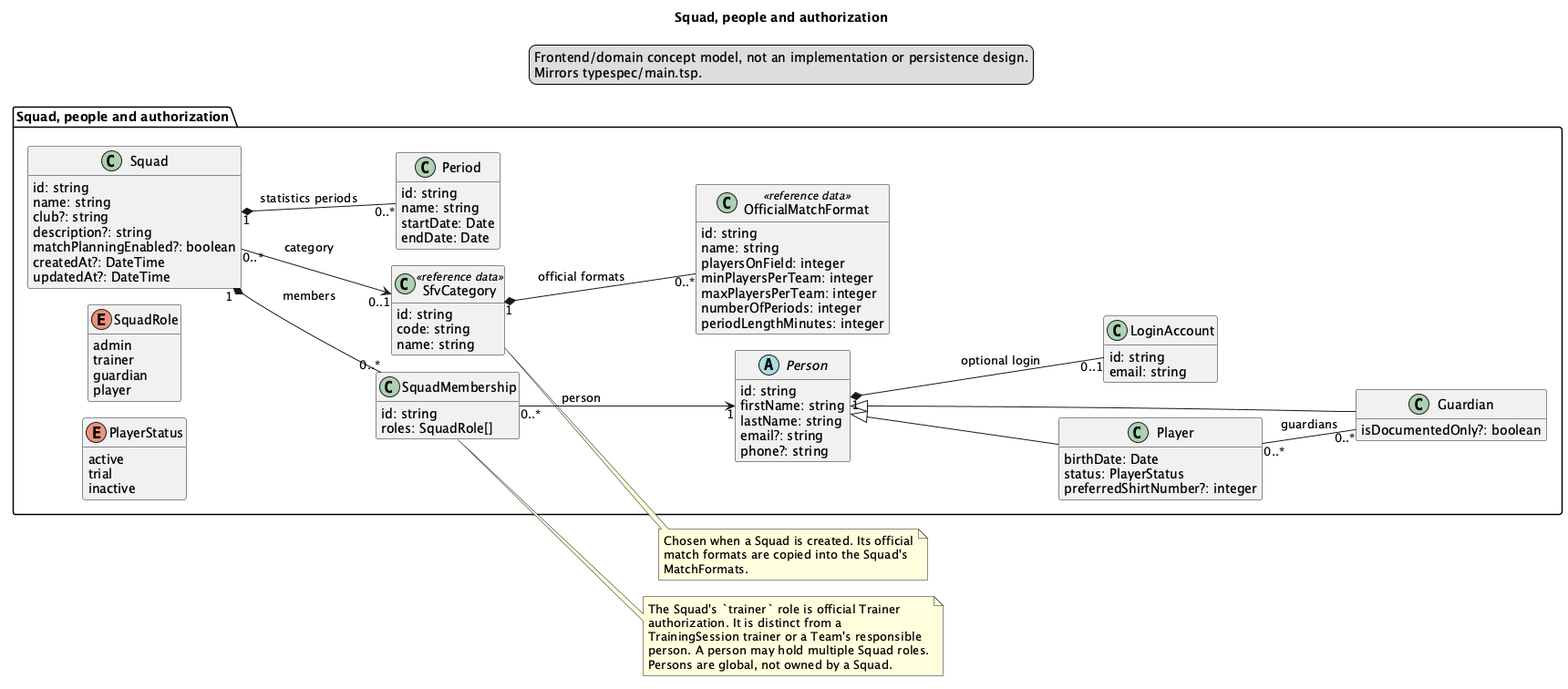
Above: brainstorming/event-domain-model.png in rasifix/teams-app (PlantUML), before the change.
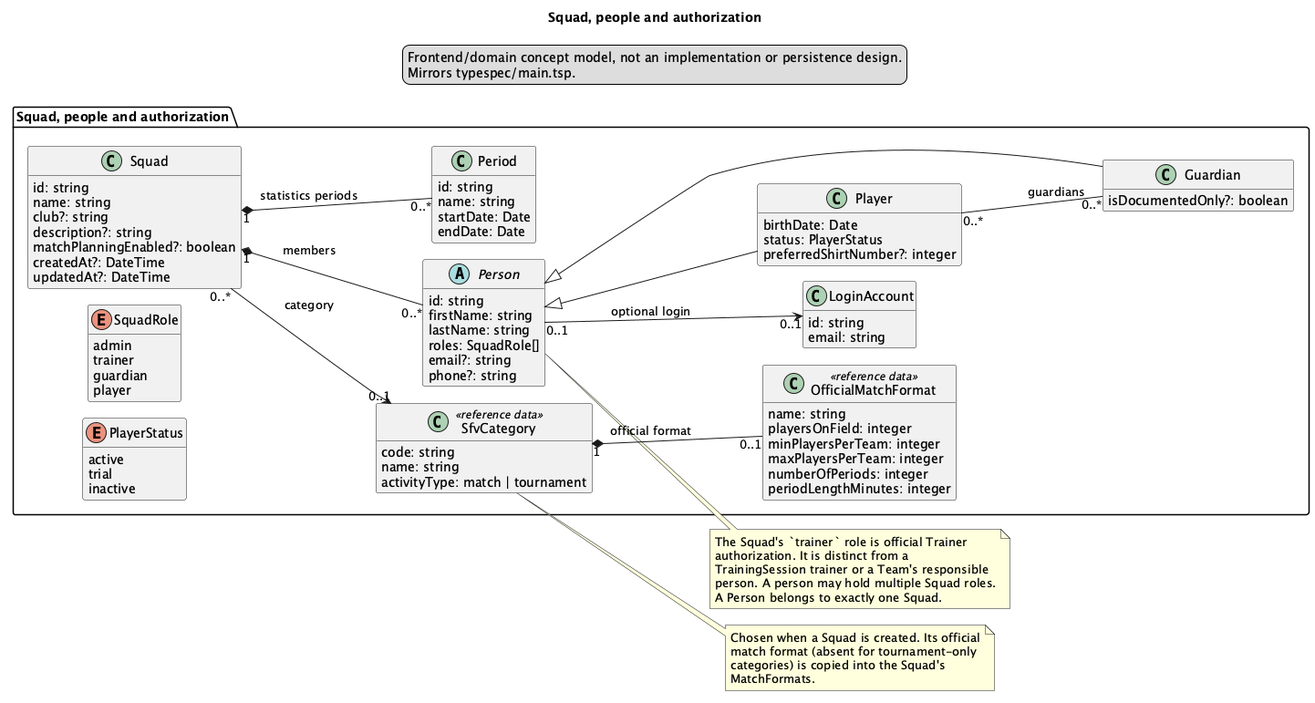
The same file after the commit.

Change to the diagram source:
```diff
@@ -21,24 +21,18 @@
   }
 
   class SfvCategory <<reference data>> {
-    id: string
     code: string
     name: string
+    activityType: match | tournament
   }
 
   class OfficialMatchFormat <<reference data>> {
-    id: string
     name: string
     playersOnField: integer
     minPlayersPerTeam: integer
     maxPlayersPerTeam: integer
     numberOfPeriods: integer
     periodLengthMinutes: integer
-  }
-
-  class SquadMembership {
-    id: string
-    roles: SquadRole[]
   }
 
   enum SquadRole {
@@ -52,6 +46,7 @@
     id: string
     firstName: string
     lastName: string
+    roles: SquadRole[]
     email?: string
     phone?: string
   }
@@ -85,28 +80,28 @@
     endDate: Date
   }
 
-  Squad "1" *-- "0..*" SquadMembership : members
-  SquadMembership "0..*" --> "1" Person : person
+  Squad "1" *-- "0..*" Person : members
   Person <|-- Player
   Person <|-- Guardian
-  Person "1" *-- "0..1" LoginAccount : optional login
+  Person "0..1" --> "0..1" LoginAccount : optional login
   Player "0..*" -- "0..*" Guardian : guardians
   Squad "1" *-- "0..*" Period : statistics periods
   Squad "0..*" --> "0..1" SfvCategory : category
-  SfvCategory "1" *-- "0..*" OfficialMatchFormat : official formats
+  SfvCategory "1" *-- "0..1" OfficialMatchFormat : official format
 }
 
-note right of SquadMembership
+note right of Person
   The Squad's `trainer` role is official Trainer
   authorization. It is distinct from a
   TrainingSession trainer or a Team's responsible
   person. A person may hold multiple Squad roles.
-  Persons are global, not owned by a Squad.
+  A Person belongs to exactly one Squad.
 end note
 
 note right of SfvCategory
   Chosen when a Squad is created. Its official
-  match formats are copied into the Squad's
+  match format (absent for tournament-only
+  categories) is copied into the Squad's
   MatchFormats.
 end note
 
```
